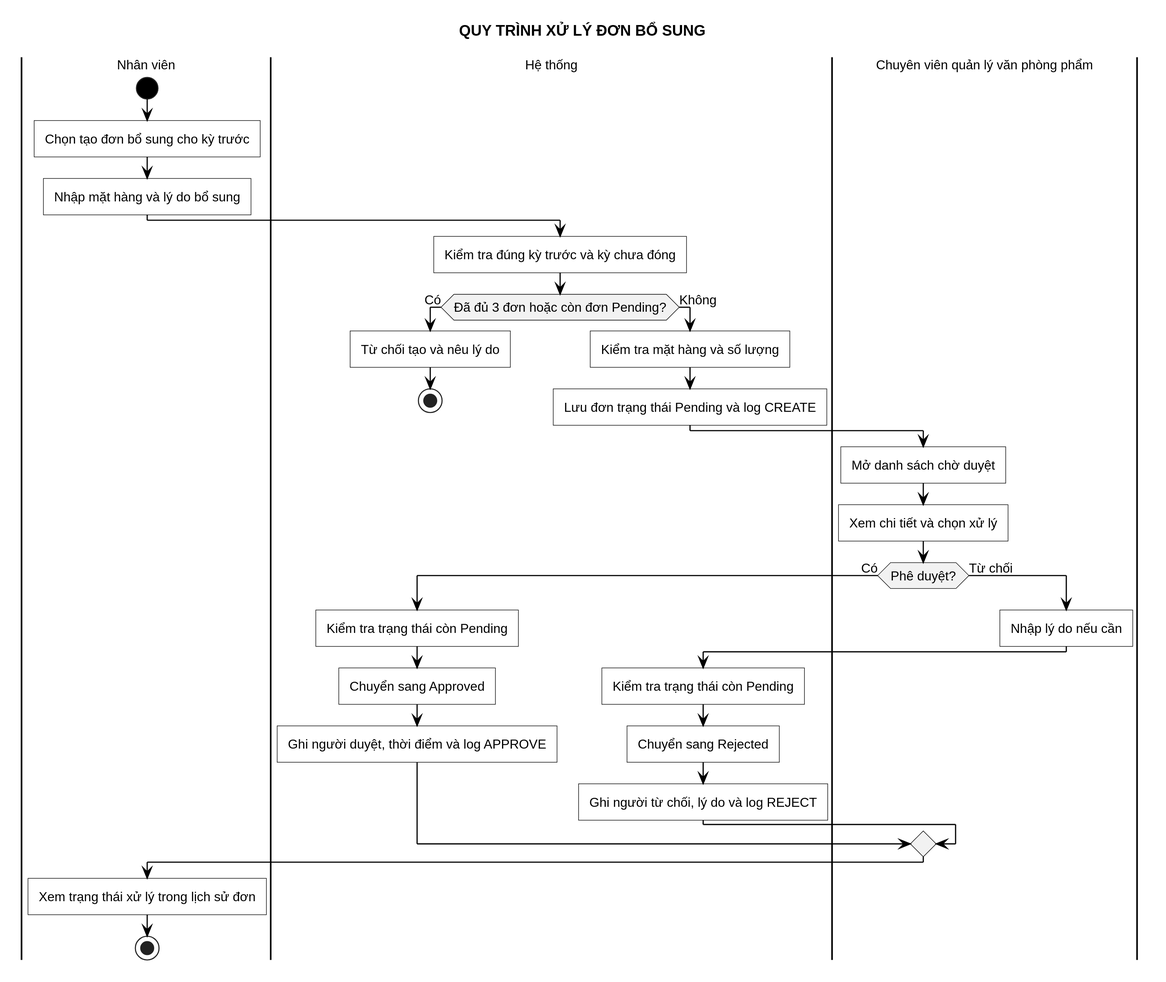
Miikey24s/gtas_vpp keeps this PlantUML diagram as LVTN/diagrams/ch03/activity-additional-request.svg. Above is the earlier version.
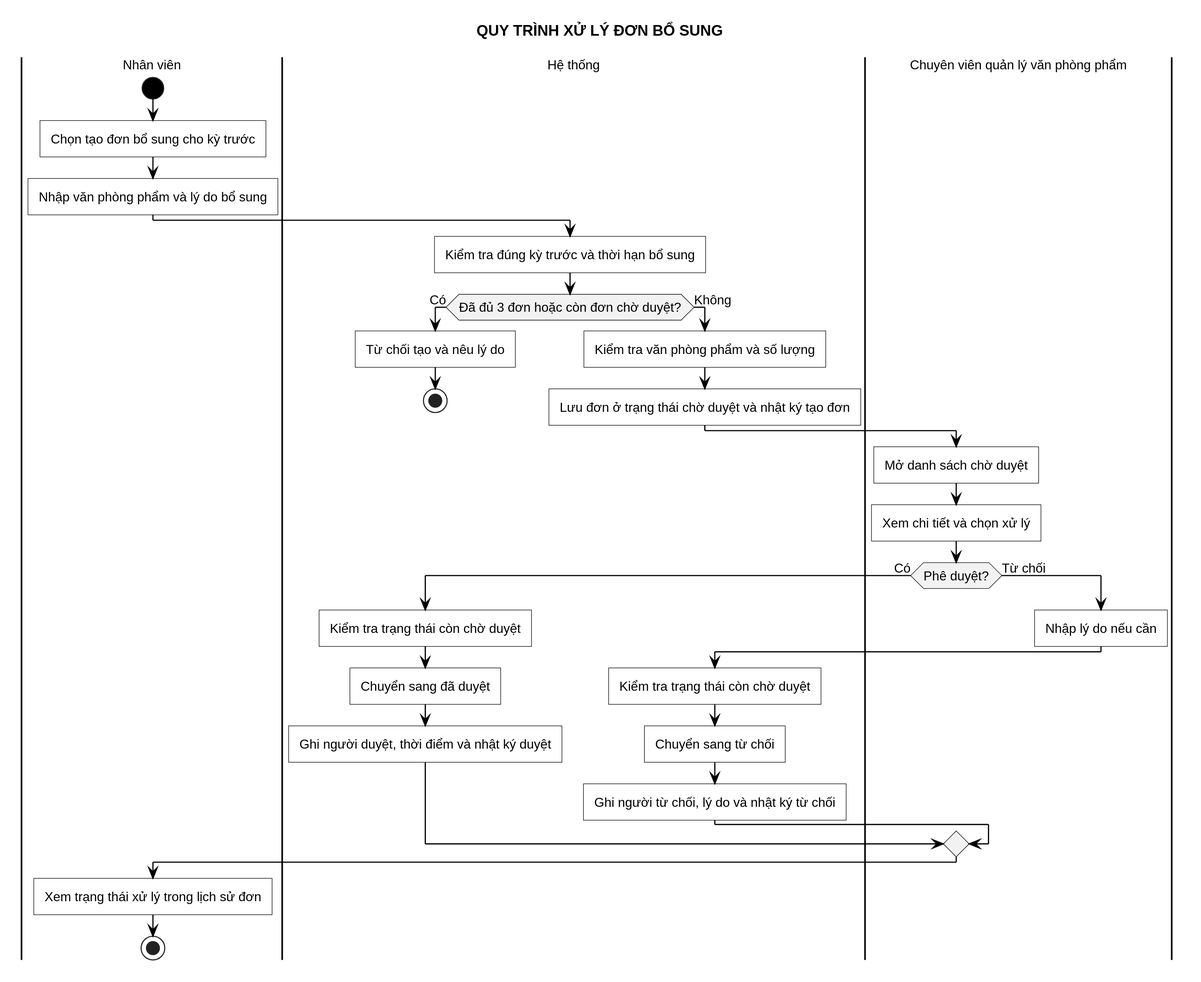
Later version of the same file.

Diff of the diagram source:
```diff
@@ -5,31 +5,31 @@
 |Nhân viên|
 start
 :Chọn tạo đơn bổ sung cho kỳ trước;
-:Nhập mặt hàng và lý do bổ sung;
+:Nhập văn phòng phẩm và lý do bổ sung;
 |Hệ thống|
-:Kiểm tra đúng kỳ trước và kỳ chưa đóng;
-if (Đã đủ 3 đơn hoặc còn đơn Pending?) then (Có)
+:Kiểm tra đúng kỳ trước và thời hạn bổ sung;
+if (Đã đủ 3 đơn hoặc còn đơn chờ duyệt?) then (Có)
   :Từ chối tạo và nêu lý do;
   stop
 else (Không)
-  :Kiểm tra mặt hàng và số lượng;
-  :Lưu đơn trạng thái Pending và log CREATE;
+  :Kiểm tra văn phòng phẩm và số lượng;
+  :Lưu đơn ở trạng thái chờ duyệt và nhật ký tạo đơn;
 endif
 |Chuyên viên quản lý văn phòng phẩm|
 :Mở danh sách chờ duyệt;
 :Xem chi tiết và chọn xử lý;
 if (Phê duyệt?) then (Có)
   |Hệ thống|
-  :Kiểm tra trạng thái còn Pending;
-  :Chuyển sang Approved;
-  :Ghi người duyệt, thời điểm và log APPROVE;
+  :Kiểm tra trạng thái còn chờ duyệt;
+  :Chuyển sang đã duyệt;
+  :Ghi người duyệt, thời điểm và nhật ký duyệt;
 else (Từ chối)
   |Chuyên viên quản lý văn phòng phẩm|
   :Nhập lý do nếu cần;
   |Hệ thống|
-  :Kiểm tra trạng thái còn Pending;
-  :Chuyển sang Rejected;
-  :Ghi người từ chối, lý do và log REJECT;
+  :Kiểm tra trạng thái còn chờ duyệt;
+  :Chuyển sang từ chối;
+  :Ghi người từ chối, lý do và nhật ký từ chối;
 endif
 |Nhân viên|
 :Xem trạng thái xử lý trong lịch sử đơn;
```
